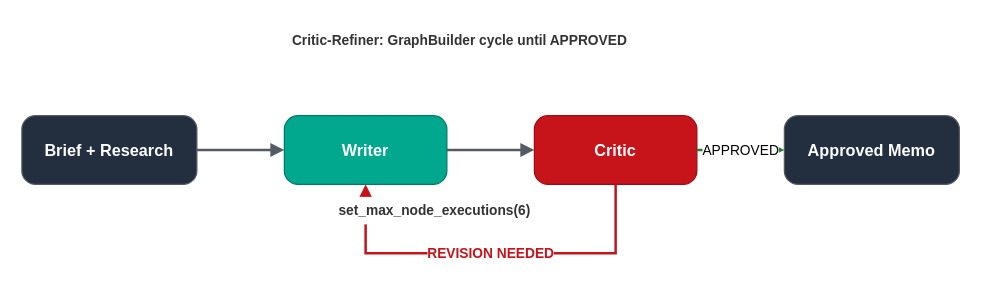
Earlier version of the draw.io diagram samples/05-critic-refiner/architecture.drawio (aws-samples/sample-multi-agent-systems-with-strands-workshop). Source tidied: cells renumbered, new cells numbered last; positions are measured from the earlier drawing's top-left corner, leaving out a move shared by most shapes. Both pictures are drawn from the tidied source at 125%, with x=0, y=0 at pixel (21, 21).
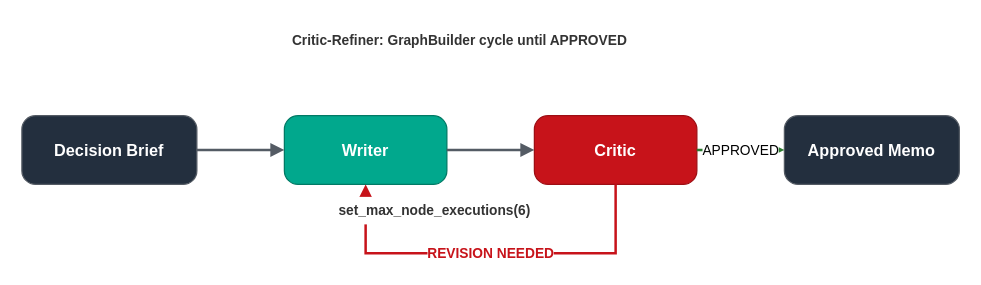
Above is the later version.

Commit message (it also covers changes not shown here):
Module 05 README: use both architecture PNGs (local + production), remove ASCII diagram, fix Brief+Research → Decision Brief

Diff of the diagram source:
```diff
@@
 <mxGraphModel>
   <root>
     <mxCell id="0" />
     <mxCell id="1" parent="0" />
     <mxCell id="2" value="Critic-Refiner: GraphBuilder cycle until APPROVED" style="text;html=1;align=center;verticalAlign=middle;fontSize=11;fontStyle=1;fillColor=#ffffff;strokeColor=none;fontColor=#333333;" parent="1" vertex="1">
       <mxGeometry width="700" height="30" as="geometry" />
     </mxCell>
-    <mxCell id="3" value="Brief + Research" style="rounded=1;whiteSpace=wrap;html=1;fillColor=#232F3E;strokeColor=#545B64;fontColor=#ffffff;fontSize=13;fontStyle=1;arcSize=20;" parent="1" vertex="1">
+    <mxCell id="3" value="Decision Brief" style="rounded=1;whiteSpace=wrap;html=1;fillColor=#232F3E;strokeColor=#545B64;fontColor=#ffffff;fontSize=13;fontStyle=1;arcSize=20;" parent="1" vertex="1">
       <mxGeometry y="75" width="140" height="55" as="geometry" />
     </mxCell>
     <mxCell id="4" value="Writer" style="rounded=1;whiteSpace=wrap;html=1;fillColor=#01A88D;strokeColor=#017A65;fontColor=#ffffff;fontSize=13;fontStyle=1;arcSize=20;" parent="1" vertex="1">
       <mxGeometry x="210" y="75" width="130" height="55" as="geometry" />
     </mxCell>
     <mxCell id="5" value="Critic" style="rounded=1;whiteSpace=wrap;html=1;fillColor=#C7131A;strokeColor=#9E0E14;fontColor=#ffffff;fontSize=13;fontStyle=1;arcSize=20;" parent="1" vertex="1">
       <mxGeometry x="410" y="75" width="130" height="55" as="geometry" />
     </mxCell>
     <mxCell id="6" value="Approved Memo" style="rounded=1;whiteSpace=wrap;html=1;fillColor=#232F3E;strokeColor=#545B64;fontColor=#ffffff;fontSize=13;fontStyle=1;arcSize=20;" parent="1" vertex="1">
       <mxGeometry x="610" y="75" width="140" height="55" as="geometry" />
     </mxCell>
     <mxCell id="7" style="edgeStyle=orthogonalEdgeStyle;rounded=0;jettySize=auto;html=1;flowAnimation=1;strokeWidth=2;strokeColor=#545B64;endArrow=block;endFill=1;" parent="1" edge="1" source="3" target="4">
       <mxGeometry relative="1" as="geometry" />
     </mxCell>
     <mxCell id="8" style="edgeStyle=orthogonalEdgeStyle;rounded=0;jettySize=auto;html=1;flowAnimation=1;strokeWidth=2;strokeColor=#545B64;endArrow=block;endFill=1;" parent="1" edge="1" source="4" target="5">
       <mxGeometry relative="1" as="geometry" />
     </mxCell>
     <mxCell id="9" value="APPROVED" style="edgeStyle=orthogonalEdgeStyle;rounded=0;jettySize=auto;html=1;flowAnimation=1;strokeWidth=2;strokeColor=#2E7D32;endArrow=block;endFill=1;" parent="1" edge="1" source="5" target="6">
       <mxGeometry relative="1" as="geometry" />
     </mxCell>
     <mxCell id="10" value="REVISION NEEDED" style="edgeStyle=orthogonalEdgeStyle;rounded=0;jettySize=auto;html=1;flowAnimation=1;strokeWidth=2;strokeColor=#C7131A;endArrow=block;endFill=1;exitX=0.5;exitY=1;exitDx=0;exitDy=0;entryX=0.5;entryY=1;entryDx=0;entryDy=0;fontSize=11;fontColor=#C7131A;fontStyle=1;" parent="1" edge="1" source="5" target="4">
       <mxGeometry relative="1" as="geometry">
         <Array as="points">
           <mxPoint x="475" y="185" />
           <mxPoint x="275" y="185" />
         </Array>
       </mxGeometry>
     </mxCell>
     <mxCell id="11" value="set_max_node_executions(6)" style="text;html=1;align=center;verticalAlign=middle;fontSize=11;fontStyle=1;fillColor=#ffffff;strokeColor=none;fontColor=#333333;" parent="1" vertex="1">
       <mxGeometry x="210" y="140" width="240" height="22" as="geometry" />
     </mxCell>
   </root>
 </mxGraphModel>
```
